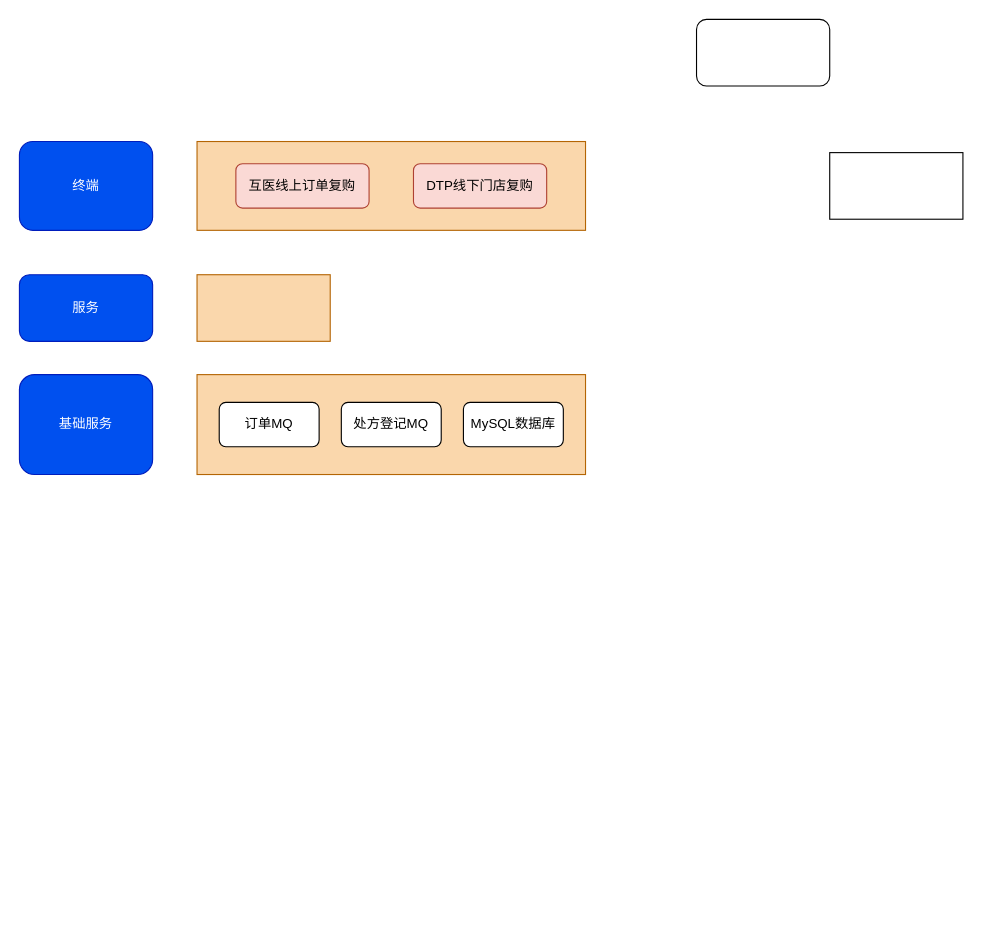
Above: 未命名绘图.drawio in RockyLOMO/rxsvc (draw.io), before the change. Source tidied: cells renumbered, new cells numbered last; positions are measured from the earlier drawing's top-left corner, leaving out a move shared by most shapes. Both pictures are drawn from the tidied source at 111%, with x=0, y=0 at pixel (19, 19).
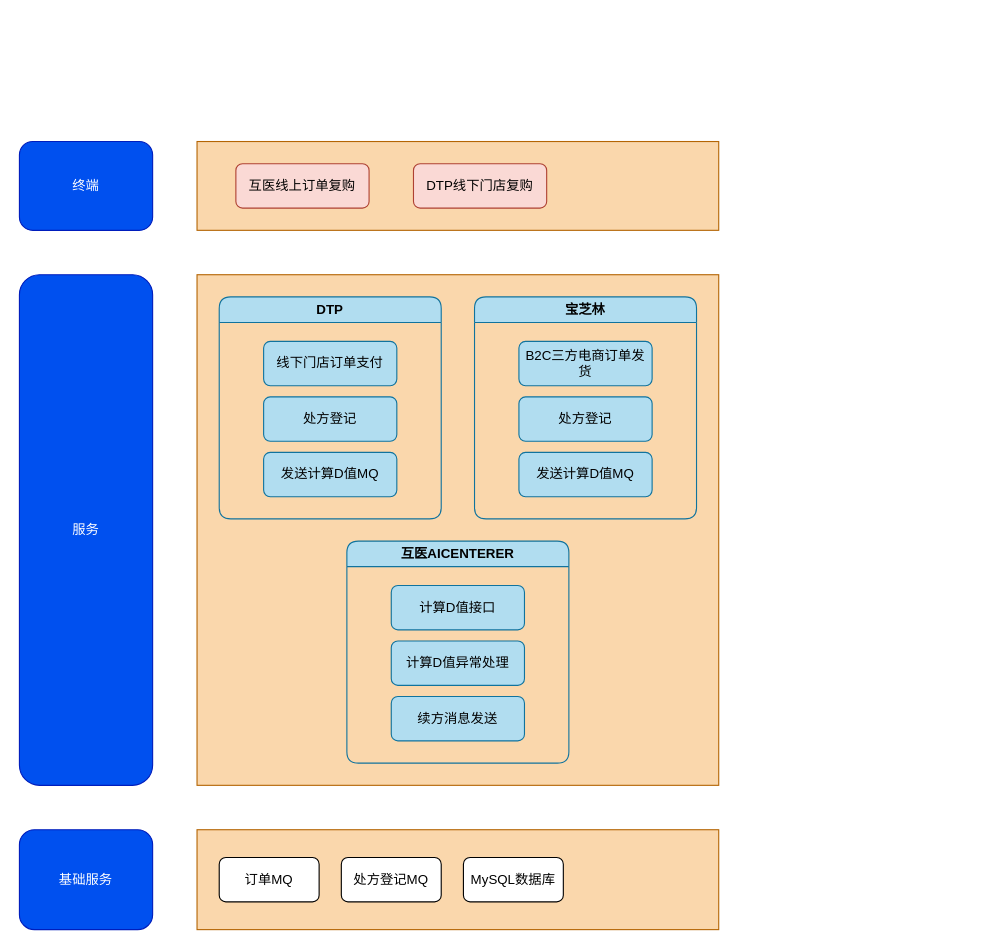
Above is the later version.

Commit message (it also covers changes not shown here):
更新未命名绘图.drawio

What changed in the source:
```diff
@@
     <mxCell id="3" value="基础服务" style="rounded=1;whiteSpace=wrap;html=1;fillColor=#0050ef;fontColor=#ffffff;strokeColor=#001DBC;" parent="1" vertex="1">
-      <mxGeometry y="320" width="120" height="90" as="geometry" />
+      <mxGeometry y="730" width="120" height="90" as="geometry" />
     </mxCell>
     <mxCell id="4" value="服务" style="rounded=1;whiteSpace=wrap;html=1;fillColor=#0050ef;fontColor=#ffffff;strokeColor=#001DBC;" parent="1" vertex="1">
-      <mxGeometry y="230" width="120" height="60" as="geometry" />
+      <mxGeometry y="230" width="120" height="460" as="geometry" />
     </mxCell>
     <mxCell id="5" style="rounded=0;whiteSpace=wrap;html=1;fillColor=#fad7ac;strokeColor=#b46504;" parent="1" vertex="1">
-      <mxGeometry x="160" y="110" width="350" height="80" as="geometry" />
+      <mxGeometry x="160" y="110" width="470" height="80" as="geometry" />
     </mxCell>
     <mxCell id="6" style="rounded=0;whiteSpace=wrap;html=1;fillColor=#fad7ac;strokeColor=#b46504;" parent="1" vertex="1">
-      <mxGeometry x="160" y="230" width="120" height="60" as="geometry" />
+      <mxGeometry x="160" y="230" width="470" height="460" as="geometry" />
     </mxCell>
     <mxCell id="7" style="rounded=0;whiteSpace=wrap;html=1;fillColor=#fad7ac;strokeColor=#b46504;" parent="1" vertex="1">
-      <mxGeometry x="160" y="320" width="350" height="90" as="geometry" />
+      <mxGeometry x="160" y="730" width="470" height="90" as="geometry" />
     </mxCell>
@@
-    <mxCell id="10" style="rounded=1;whiteSpace=wrap;html=1;" parent="1" vertex="1">
-      <mxGeometry x="610" width="120" height="60" as="geometry" />
-    </mxCell>
-    <mxCell id="11" style="rounded=0;whiteSpace=wrap;html=1;" parent="1" vertex="1">
-      <mxGeometry x="730" y="120" width="120" height="60" as="geometry" />
-    </mxCell>
     <mxCell id="12" value="订单MQ" style="rounded=1;whiteSpace=wrap;html=1;" parent="1" vertex="1">
-      <mxGeometry x="180" y="345" width="90" height="40" as="geometry" />
+      <mxGeometry x="180" y="755" width="90" height="40" as="geometry" />
     </mxCell>
     <mxCell id="13" value="处方登记MQ" style="rounded=1;whiteSpace=wrap;html=1;" parent="1" vertex="1">
-      <mxGeometry x="290" y="345" width="90" height="40" as="geometry" />
+      <mxGeometry x="290" y="755" width="90" height="40" as="geometry" />
     </mxCell>
     <mxCell id="14" value="MySQL数据库" style="rounded=1;whiteSpace=wrap;html=1;" parent="1" vertex="1">
-      <mxGeometry x="400" y="345" width="90" height="40" as="geometry" />
+      <mxGeometry x="400" y="755" width="90" height="40" as="geometry" />
     </mxCell>
+    <mxCell id="15" value="DTP" style="swimlane;whiteSpace=wrap;html=1;rounded=1;fillColor=#b1ddf0;strokeColor=#10739e;" parent="1" vertex="1">
+      <mxGeometry x="180" y="250" width="200" height="200" as="geometry" />
+    </mxCell>
+    <mxCell id="10" value="线下门店订单支付" style="rounded=1;whiteSpace=wrap;html=1;fillColor=#b1ddf0;strokeColor=#10739e;" parent="15" vertex="1">
+      <mxGeometry x="40" y="40" width="120" height="40" as="geometry" />
+    </mxCell>
+    <mxCell id="16" value="处方登记" style="rounded=1;whiteSpace=wrap;html=1;fillColor=#b1ddf0;strokeColor=#10739e;" parent="15" vertex="1">
+      <mxGeometry x="40" y="90" width="120" height="40" as="geometry" />
+    </mxCell>
+    <mxCell id="17" value="发送计算D值MQ" style="rounded=1;whiteSpace=wrap;html=1;fillColor=#b1ddf0;strokeColor=#10739e;" parent="15" vertex="1">
+      <mxGeometry x="40" y="140" width="120" height="40" as="geometry" />
+    </mxCell>
+    <mxCell id="18" value="宝芝林" style="swimlane;whiteSpace=wrap;html=1;rounded=1;fillColor=#b1ddf0;strokeColor=#10739e;" parent="1" vertex="1">
+      <mxGeometry x="410" y="250" width="200" height="200" as="geometry" />
+    </mxCell>
+    <mxCell id="19" value="B2C三方电商订单发货" style="rounded=1;whiteSpace=wrap;html=1;fillColor=#b1ddf0;strokeColor=#10739e;" parent="18" vertex="1">
+      <mxGeometry x="40" y="40" width="120" height="40" as="geometry" />
+    </mxCell>
+    <mxCell id="20" value="处方登记" style="rounded=1;whiteSpace=wrap;html=1;fillColor=#b1ddf0;strokeColor=#10739e;" parent="18" vertex="1">
+      <mxGeometry x="40" y="90" width="120" height="40" as="geometry" />
+    </mxCell>
+    <mxCell id="21" value="发送计算D值MQ" style="rounded=1;whiteSpace=wrap;html=1;fillColor=#b1ddf0;strokeColor=#10739e;" parent="18" vertex="1">
+      <mxGeometry x="40" y="140" width="120" height="40" as="geometry" />
+    </mxCell>
+    <mxCell id="22" value="互医AICENTERER" style="swimlane;whiteSpace=wrap;html=1;rounded=1;fillColor=#b1ddf0;strokeColor=#10739e;" parent="1" vertex="1">
+      <mxGeometry x="295" y="470" width="200" height="200" as="geometry" />
+    </mxCell>
+    <mxCell id="11" value="&lt;p class=&quot;MsoNormal&quot;&gt;&lt;font face=&quot;宋体&quot;&gt;计算&lt;/font&gt;&lt;font face=&quot;宋体&quot;&gt;D值接口&lt;/font&gt;&lt;/p&gt;" style="rounded=1;whiteSpace=wrap;html=1;fillColor=#b1ddf0;strokeColor=#10739e;" parent="22" vertex="1">
+      <mxGeometry x="40" y="40" width="120" height="40" as="geometry" />
+    </mxCell>
+    <mxCell id="23" value="&lt;p class=&quot;MsoNormal&quot;&gt;续方消息发送&lt;/p&gt;" style="rounded=1;whiteSpace=wrap;html=1;fillColor=#b1ddf0;strokeColor=#10739e;" parent="22" vertex="1">
+      <mxGeometry x="40" y="140" width="120" height="40" as="geometry" />
+    </mxCell>
+    <mxCell id="24" value="计算D值异常处理" style="rounded=1;whiteSpace=wrap;html=1;fillColor=#b1ddf0;strokeColor=#10739e;" parent="22" vertex="1">
+      <mxGeometry x="40" y="90" width="120" height="40" as="geometry" />
+    </mxCell>
```
